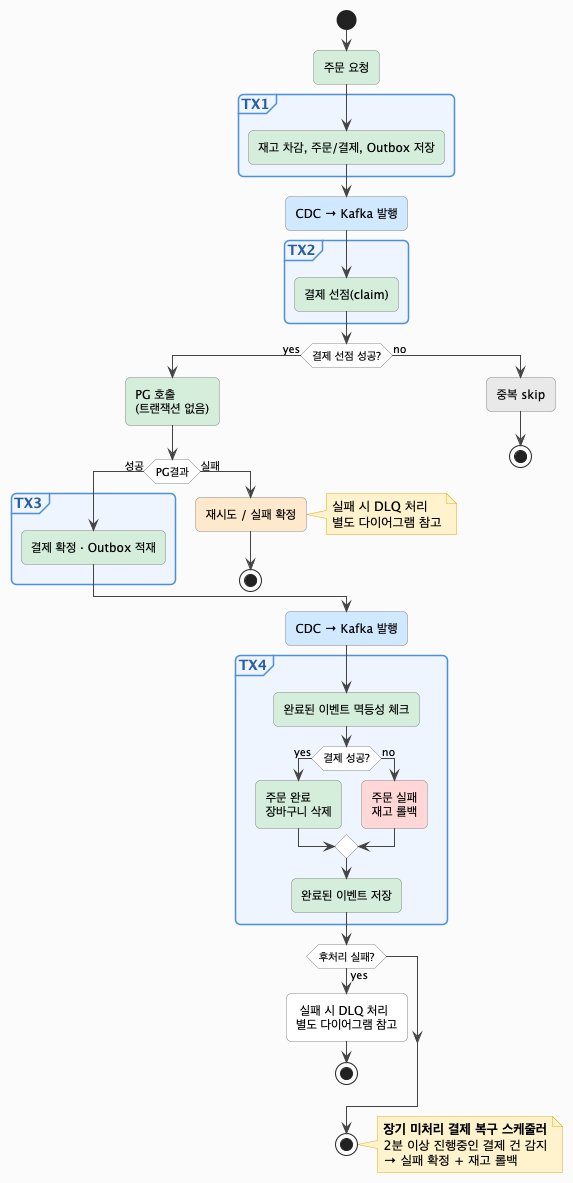
Above: diagram/main-flow.png in stringbuckwheat/event-driven-payment-system (PlantUML), before the change.
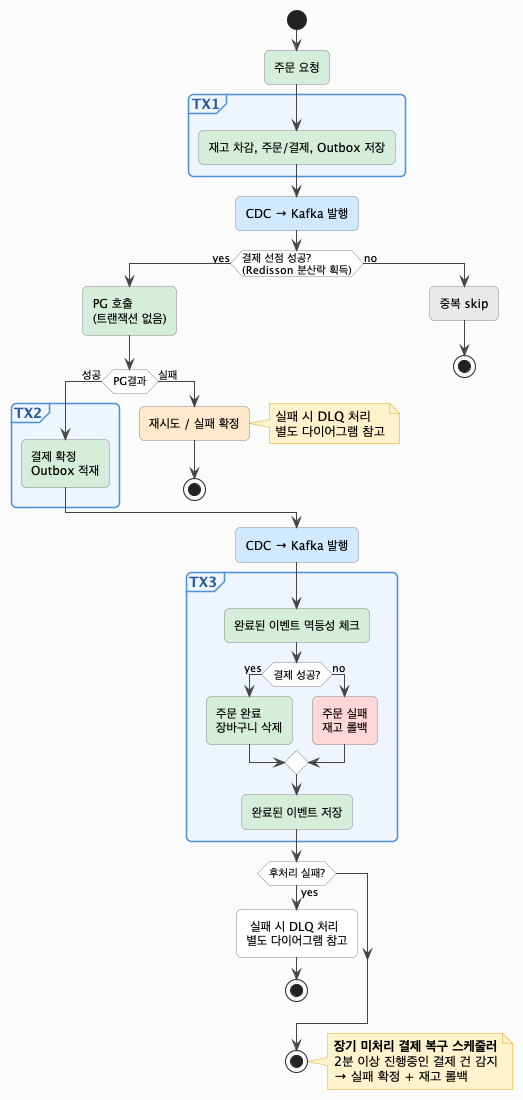
The same diagram one commit later.

The edit, as a diff of the source:
```diff
@@ -32,15 +32,11 @@
 
 :CDC → Kafka 발행; <<#D0E8FF>>
 
-partition "TX2" {
-    :결제 선점(claim); <<#D4EDDA>>
-}
-
-if (결제 선점 성공?) then (yes)
+if (결제 선점 성공?\n(Redisson 분산락 획득)) then (yes)
     :PG 호출\n(트랜잭션 없음); <<#D4EDDA>>
     if (PG결과) then (성공)
-        partition "TX3" {
-            :결제 확정 · Outbox 적재; <<#D4EDDA>>
+        partition "TX2" {
+            :결제 확정\nOutbox 적재; <<#D4EDDA>>
         }
     else (실패)
         :재시도 / 실패 확정; <<#FFE8CC>>
@@ -54,7 +50,7 @@
 
 :CDC → Kafka 발행; <<#D0E8FF>>
 
-partition "TX4" {
+partition "TX3" {
     :완료된 이벤트 멱등성 체크; <<#D4EDDA>>
     if (결제 성공?) then (yes)
         :주문 완료\n장바구니 삭제; <<#D4EDDA>>
```
